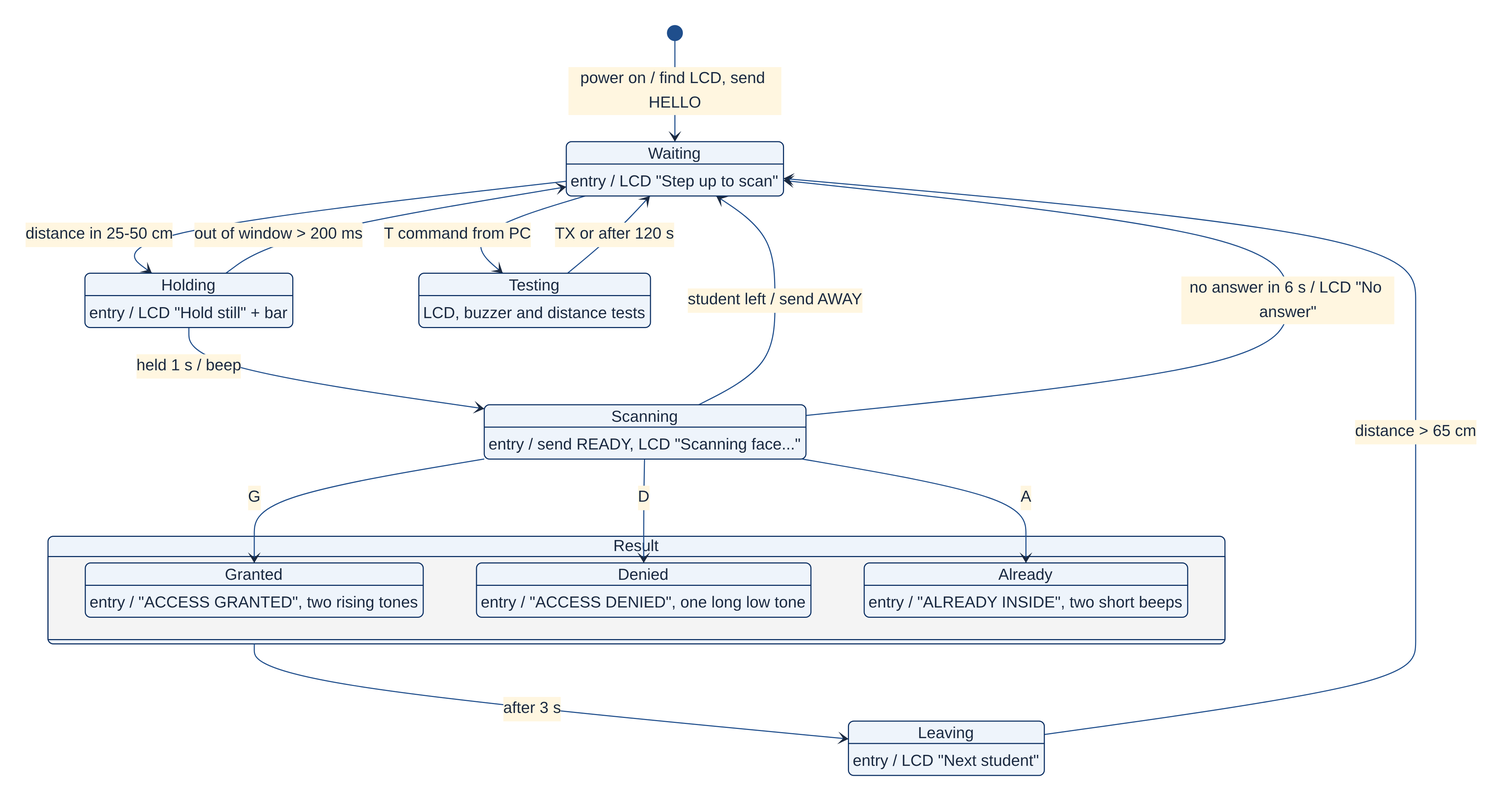
TebogoClifford/Smart_Registration_System keeps this Mermaid diagram as docs_out/figures/mermaid/state_door.png. Above is the earlier version. Its source is kept beside it as docs_out/figures/mermaid/src/state_door.mmd.
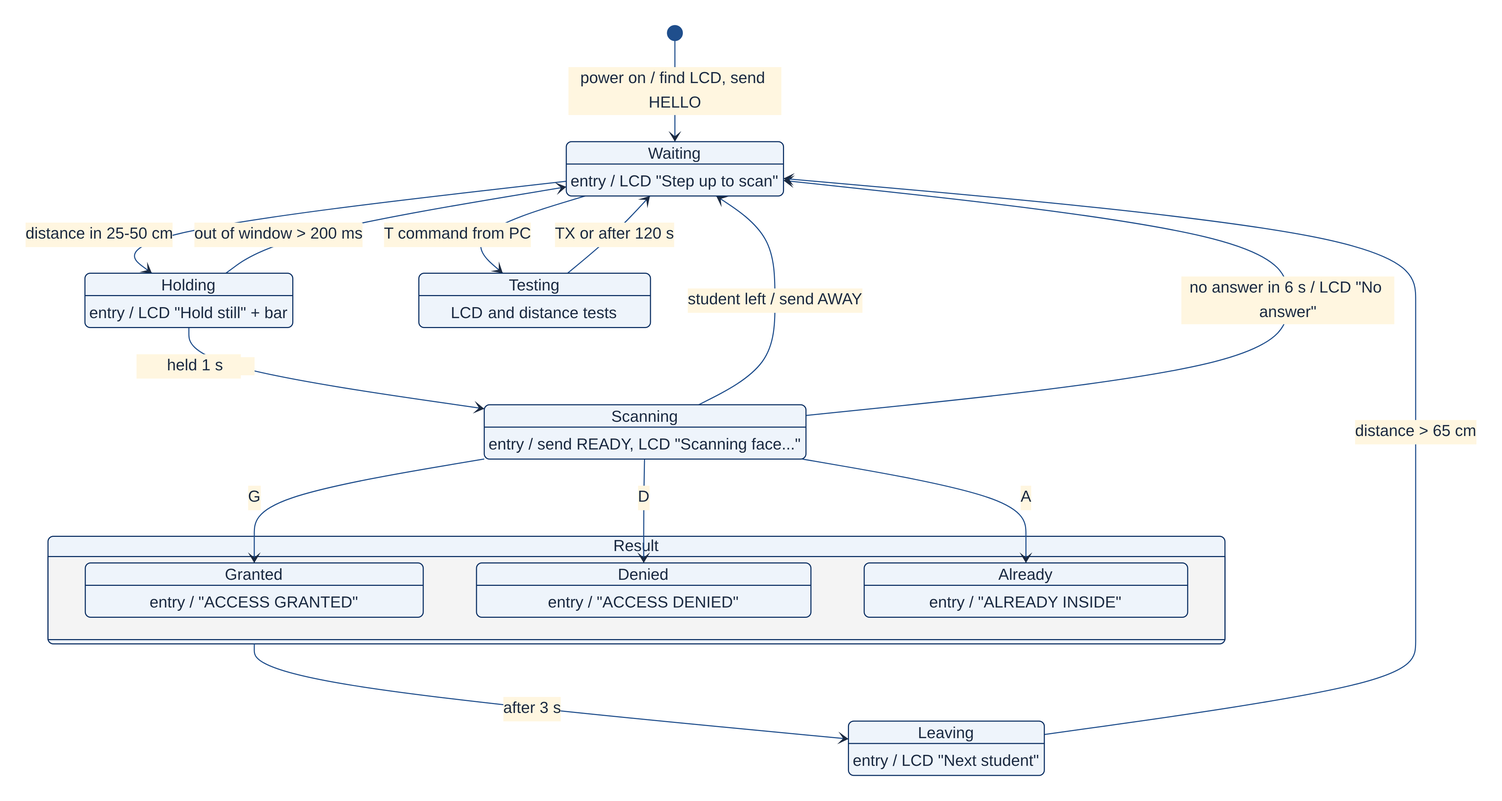
The same file after the commit.

Commit message:
Presentation: remove the buzzer; describe each diagram in points

Diff of the diagram source:
```diff
@@ -10,18 +10,18 @@
     Leaving : Leaving
     Leaving : entry / LCD "Next student"
     Testing : Testing
-    Testing : LCD, buzzer and distance tests
+    Testing : LCD and distance tests
     state Result {
         Granted : Granted
-        Granted : entry / "ACCESS GRANTED", two rising tones
+        Granted : entry / "ACCESS GRANTED"
         Denied : Denied
-        Denied : entry / "ACCESS DENIED", one long low tone
+        Denied : entry / "ACCESS DENIED"
         Already : Already
-        Already : entry / "ALREADY INSIDE", two short beeps
+        Already : entry / "ALREADY INSIDE"
     }
     Waiting --> Holding : distance in 25-50 cm
     Holding --> Waiting : out of window > 200 ms
-    Holding --> Scanning : held 1 s / beep
+    Holding --> Scanning : held 1 s
     Scanning --> Granted : G
     Scanning --> Denied : D
     Scanning --> Already : A
```
